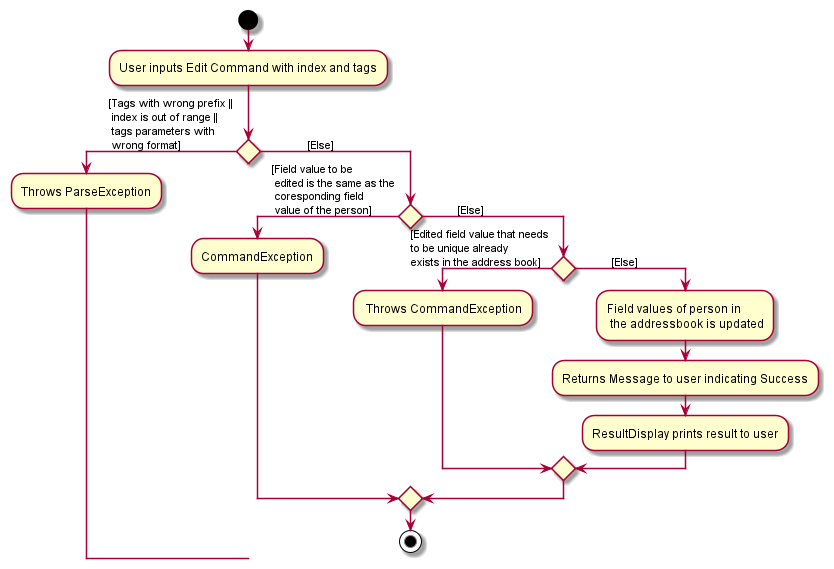
The PlantUML diagram docs/images/EditFeatureActivityDiagram.png in nus-cs2103-AY2122S2/tp, before a commit. Source of this version:
```plantuml
@startuml

start
:User inputs Edit Command with index and tags;

if () then ([Tags with wrong prefix || \n index is out of range || \n tags parameters with\n wrong format])
    :Throws ParseException;
    else (                [Else])

    if () then ([Field value to be \n edited is the same as the \n coresponding field \n value of the person])
        :CommandException;

    else (            [Else])

    if () then ([Edited field value that needs \nto be unique already \nexists in the address book])
    : Throws CommandException;
    else (            [Else])
        :Field values of person in \n the addressbook is updated;
        :Returns Message to user indicating Success;
        :ResultDisplay prints result to user;
   endif
endif
stop
@enduml
```
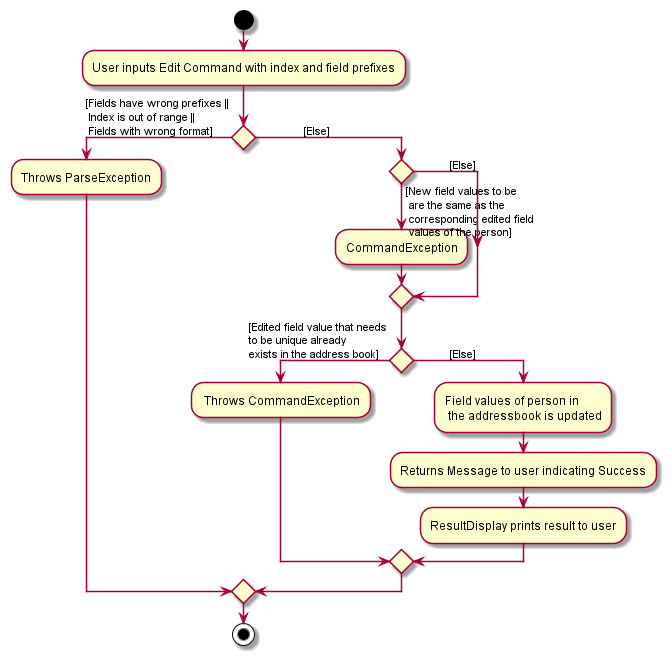
After the commit.

The edit, as a diff of the source:
```diff
@@ -1,17 +1,17 @@
 @startuml
 
 start
-:User inputs Edit Command with index and tags;
+:User inputs Edit Command with index and field prefixes;
 
-if () then ([Tags with wrong prefix || \n index is out of range || \n tags parameters with\n wrong format])
+if () then ([Fields have wrong prefixes || \n Index is out of range || \n Fields with wrong format])
     :Throws ParseException;
     else (                [Else])
 
-    if () then ([Field value to be \n edited is the same as the \n coresponding field \n value of the person])
+    if () then ([New field values to be \n are the same as the \n corresponding edited field \n values of the person])
         :CommandException;
 
     else (            [Else])
-
+        endif
     if () then ([Edited field value that needs \nto be unique already \nexists in the address book])
     : Throws CommandException;
     else (            [Else])
```
